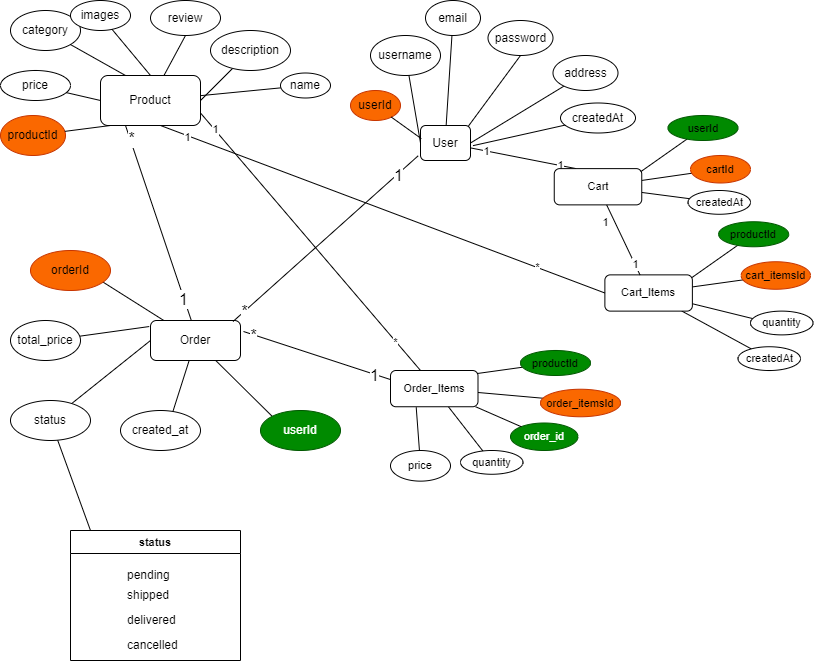
Earlier version of the draw.io export database-design.png (Imadjaha/e-commerce). Source tidied: cells renumbered, new cells last; positions are measured from the earlier drawing's top-left corner, leaving out a move shared by most shapes.
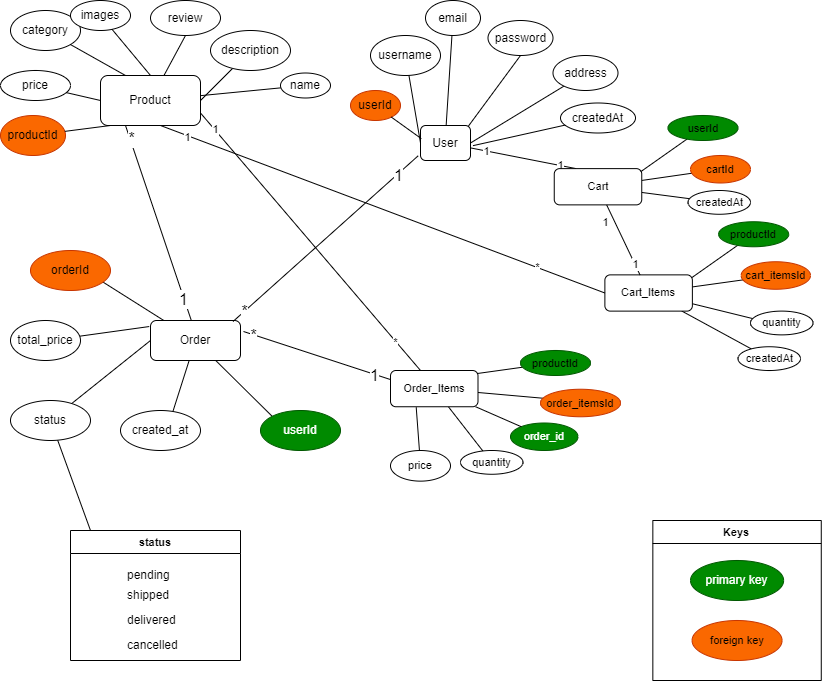
After the commit.

Change to the diagram source:
```diff
@@ -324,5 +324,41 @@
     <mxCell id="99" value="1" style="edgeLabel;html=1;align=center;verticalAlign=middle;fontFamily=Helvetica;fontSize=11;fontColor=default;labelBackgroundColor=default;" parent="97" vertex="1">
       <mxGeometry x="-0.88" y="-1" relative="1" as="geometry" />
     </mxCell>
+    <mxCell id="100" value="primary key" style="ellipse;whiteSpace=wrap;html=1;fillColor=#008a00;fontColor=#ffffff;strokeColor=#005700;" parent="1" vertex="1">
+      <mxGeometry x="690" y="560" width="93.1" height="40" as="geometry" />
+    </mxCell>
+    <mxCell id="101" value="foreign key" style="ellipse;whiteSpace=wrap;html=1;fontFamily=Helvetica;fontSize=11;fontColor=#000000;labelBackgroundColor=none;fillColor=#fa6800;strokeColor=#C73500;" parent="1" vertex="1">
+      <mxGeometry x="691.6" y="620" width="90" height="40" as="geometry" />
+    </mxCell>
+    <mxCell id="102" value="Keys" style="swimlane;whiteSpace=wrap;html=1;fontFamily=Helvetica;fontSize=11;fontColor=default;labelBackgroundColor=default;" parent="1" vertex="1">
+      <mxGeometry x="652.3" y="520" width="168.4" height="160" as="geometry" />
+    </mxCell>
+    <mxCell id="103" style="shape=table;startSize=0;fontSize=11;fillColor=none;strokeColor=none;fontFamily=Helvetica;fontColor=default;labelBackgroundColor=default;" parent="102" vertex="1">
+      <mxGeometry x="50" y="35" width="60" height="90" as="geometry" />
+    </mxCell>
+    <mxCell id="104" style="shape=tableRow;horizontal=0;startSize=0;swimlaneHead=0;swimlaneBody=0;strokeColor=inherit;top=0;left=0;bottom=0;right=0;fillColor=none;fontSize=16;fontFamily=Helvetica;fontColor=default;labelBackgroundColor=default;" parent="103" vertex="1">
+      <mxGeometry width="60" height="25" as="geometry" />
+    </mxCell>
+    <mxCell id="105" style="shape=partialRectangle;html=1;whiteSpace=wrap;strokeColor=inherit;overflow=hidden;fillColor=none;top=0;left=0;bottom=0;right=0;fontSize=12;align=left;spacingLeft=5;fontFamily=Helvetica;fontColor=default;labelBackgroundColor=default;" parent="104" vertex="1">
+      <mxGeometry width="60" height="25" as="geometry" />
+    </mxCell>
+    <mxCell id="106" style="shape=tableRow;horizontal=0;startSize=0;swimlaneHead=0;swimlaneBody=0;strokeColor=inherit;top=0;left=0;bottom=0;right=0;fillColor=none;fontSize=16;fontFamily=Helvetica;fontColor=default;labelBackgroundColor=default;" parent="103" vertex="1">
+      <mxGeometry y="25" width="60" height="20" as="geometry" />
+    </mxCell>
+    <mxCell id="107" style="shape=partialRectangle;html=1;whiteSpace=wrap;strokeColor=inherit;overflow=hidden;fillColor=none;top=0;left=0;bottom=0;right=0;fontSize=12;align=left;spacingLeft=5;fontFamily=Helvetica;fontColor=default;labelBackgroundColor=default;" parent="106" vertex="1">
+      <mxGeometry width="60" height="20" as="geometry" />
+    </mxCell>
+    <mxCell id="108" style="shape=tableRow;horizontal=0;startSize=0;swimlaneHead=0;swimlaneBody=0;strokeColor=inherit;top=0;left=0;bottom=0;right=0;fillColor=none;fontSize=16;fontFamily=Helvetica;fontColor=default;labelBackgroundColor=default;" parent="103" vertex="1">
+      <mxGeometry y="45" width="60" height="30" as="geometry" />
+    </mxCell>
+    <mxCell id="109" style="shape=partialRectangle;html=1;whiteSpace=wrap;strokeColor=inherit;overflow=hidden;fillColor=none;top=0;left=0;bottom=0;right=0;fontSize=12;align=left;spacingLeft=5;fontFamily=Helvetica;fontColor=default;labelBackgroundColor=default;" parent="108" vertex="1">
+      <mxGeometry width="60" height="30" as="geometry" />
+    </mxCell>
+    <mxCell id="110" style="shape=tableRow;horizontal=0;startSize=0;swimlaneHead=0;swimlaneBody=0;strokeColor=inherit;top=0;left=0;bottom=0;right=0;fillColor=none;fontSize=16;fontFamily=Helvetica;fontColor=default;labelBackgroundColor=default;" parent="103" vertex="1">
+      <mxGeometry y="75" width="60" height="15" as="geometry" />
+    </mxCell>
+    <mxCell id="111" style="shape=partialRectangle;html=1;whiteSpace=wrap;strokeColor=inherit;overflow=hidden;fillColor=none;top=0;left=0;bottom=0;right=0;fontSize=12;align=left;spacingLeft=5;fontFamily=Helvetica;fontColor=default;labelBackgroundColor=default;" parent="110" vertex="1">
+      <mxGeometry width="60" height="15" as="geometry" />
+    </mxCell>
   </root>
 </mxGraphModel>
```
